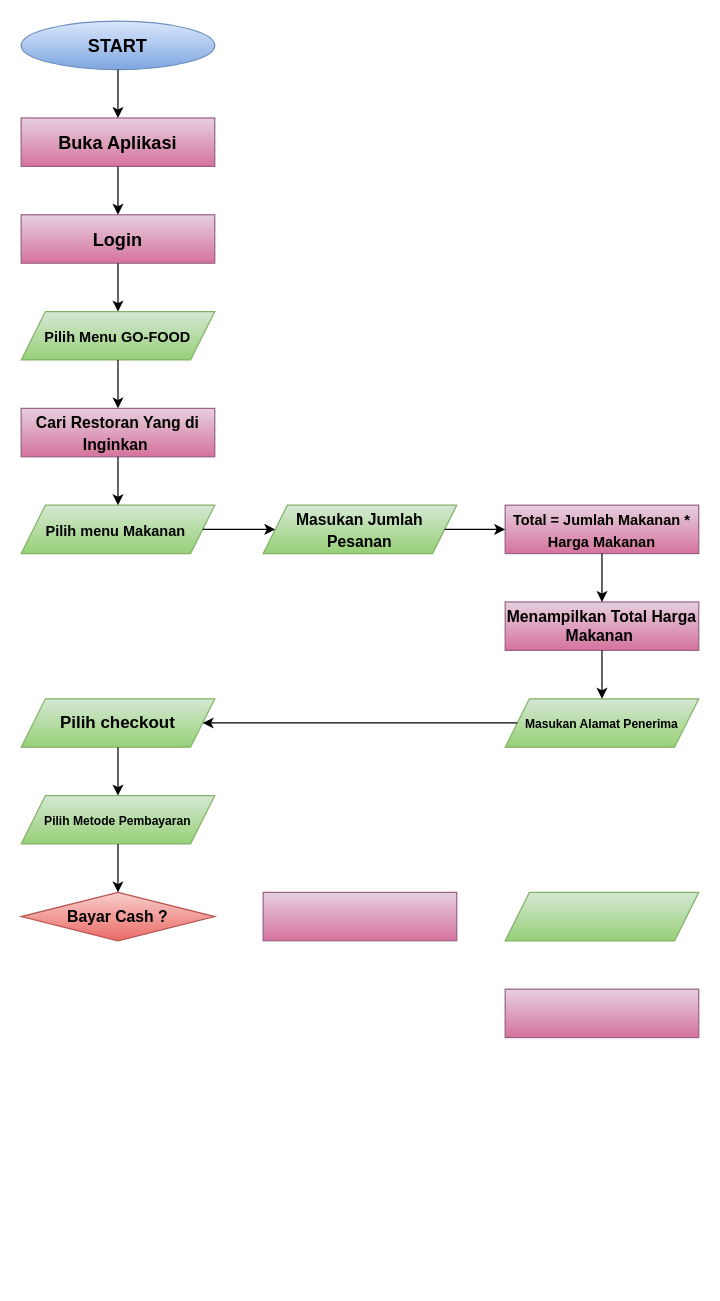
Above: flowchart.drawio in AinunNafisah-FE2787774/ainun_nafisah-go_food_Online (draw.io), before the change. Source tidied: cells renumbered, new cells numbered last; positions are measured from the earlier drawing's top-left corner, leaving out a move shared by most shapes. Both pictures are drawn from the tidied source at 121%, with x=0, y=0 at pixel (21, 21).
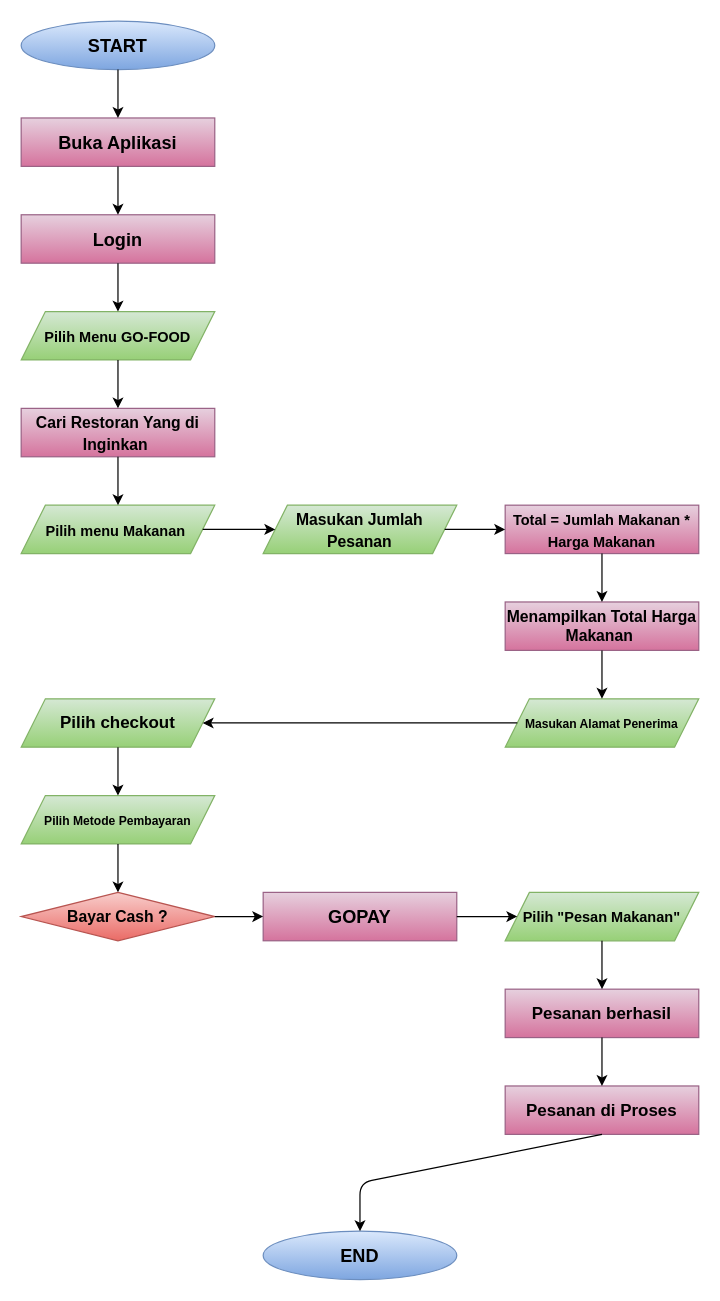
Above is the later version.

Commit message:
Add If Payment Is Not Cash

The change refers to these unchanged cells:
```xml
<mxCell id="22" value="&lt;b&gt;Bayar Cash ?&lt;/b&gt;" style="rhombus;whiteSpace=wrap;html=1;fontSize=13;fillColor=#f8cecc;gradientColor=#ea6b66;strokeColor=#b85450;" parent="1" vertex="1">
  <mxGeometry y="720" width="160" height="40" as="geometry" />
</mxCell>
```

What changed in the source:
```diff
@@
-    <mxCell id="27" style="rounded=0;whiteSpace=wrap;html=1;fontSize=14;fillColor=#e6d0de;gradientColor=#d5739d;strokeColor=#996185;" parent="1" vertex="1">
+    <mxCell id="27" value="&lt;b&gt;&lt;font style=&quot;font-size: 15px&quot;&gt;GOPAY&lt;/font&gt;&lt;/b&gt;" style="rounded=0;whiteSpace=wrap;html=1;fontSize=14;fillColor=#e6d0de;gradientColor=#d5739d;strokeColor=#996185;" parent="1" vertex="1">
       <mxGeometry x="200" y="720" width="160" height="40" as="geometry" />
     </mxCell>
-    <mxCell id="28" style="shape=parallelogram;perimeter=parallelogramPerimeter;whiteSpace=wrap;html=1;fixedSize=1;fontSize=14;fillColor=#d5e8d4;gradientColor=#97d077;strokeColor=#82b366;" parent="1" vertex="1">
+    <mxCell id="28" value="&lt;font color=&quot;#000000&quot; size=&quot;1&quot;&gt;&lt;b style=&quot;font-size: 12px&quot;&gt;Pilih &quot;Pesan Makanan&quot;&lt;/b&gt;&lt;/font&gt;" style="shape=parallelogram;perimeter=parallelogramPerimeter;whiteSpace=wrap;html=1;fixedSize=1;fontSize=14;fillColor=#d5e8d4;gradientColor=#97d077;strokeColor=#82b366;" parent="1" vertex="1">
       <mxGeometry x="400" y="720" width="160" height="40" as="geometry" />
     </mxCell>
-    <mxCell id="29" style="rounded=0;whiteSpace=wrap;html=1;fontSize=14;fillColor=#e6d0de;gradientColor=#d5739d;strokeColor=#996185;" parent="1" vertex="1">
+    <mxCell id="29" value="&lt;b&gt;Pesanan berhasil&lt;/b&gt;" style="rounded=0;whiteSpace=wrap;html=1;fontSize=14;fillColor=#e6d0de;gradientColor=#d5739d;strokeColor=#996185;" parent="1" vertex="1">
       <mxGeometry x="400" y="800" width="160" height="40" as="geometry" />
     </mxCell>
+    <mxCell id="30" style="endArrow=classic;html=1;fontSize=14;fontColor=#000000;exitX=1;exitY=0.5;exitDx=0;exitDy=0;entryX=0;entryY=0.5;entryDx=0;entryDy=0;" parent="1" edge="1" source="22" target="27">
+      <mxGeometry relative="1" as="geometry" />
+    </mxCell>
+    <mxCell id="31" style="endArrow=classic;html=1;fontSize=14;fontColor=#000000;exitX=0.5;exitY=1;exitDx=0;exitDy=0;" parent="1" edge="1" source="28" target="29">
+      <mxGeometry relative="1" as="geometry" />
+    </mxCell>
+    <mxCell id="32" style="endArrow=classic;html=1;fontSize=14;fontColor=#000000;entryX=0;entryY=0.5;entryDx=0;entryDy=0;exitX=1;exitY=0.5;exitDx=0;exitDy=0;" parent="1" edge="1" source="27" target="28">
+      <mxGeometry relative="1" as="geometry" />
+    </mxCell>
+    <mxCell id="33" value="&lt;b&gt;Pesanan di Proses&lt;/b&gt;" style="rounded=0;whiteSpace=wrap;html=1;fontSize=14;fillColor=#e6d0de;gradientColor=#d5739d;strokeColor=#996185;" parent="1" vertex="1">
+      <mxGeometry x="400" y="880" width="160" height="40" as="geometry" />
+    </mxCell>
+    <mxCell id="34" style="endArrow=classic;html=1;fontSize=12;fontColor=#000000;entryX=0.5;entryY=0;entryDx=0;entryDy=0;exitX=0.5;exitY=1;exitDx=0;exitDy=0;" parent="1" edge="1" source="29" target="33">
+      <mxGeometry relative="1" as="geometry" />
+    </mxCell>
+    <mxCell id="35" value="&lt;font color=&quot;#000000&quot; size=&quot;1&quot;&gt;&lt;b style=&quot;font-size: 15px&quot;&gt;END&lt;/b&gt;&lt;/font&gt;" style="ellipse;whiteSpace=wrap;html=1;fontSize=12;fillColor=#dae8fc;gradientColor=#7ea6e0;strokeColor=#6c8ebf;" parent="1" vertex="1">
+      <mxGeometry x="200" y="1000" width="160" height="40" as="geometry" />
+    </mxCell>
+    <mxCell id="36" style="endArrow=classic;html=1;fontSize=15;fontColor=#000000;exitX=0.5;exitY=1;exitDx=0;exitDy=0;entryX=0.5;entryY=0;entryDx=0;entryDy=0;" parent="1" edge="1" source="33" target="35">
+      <mxGeometry relative="1" as="geometry">
+        <Array as="points">
+          <mxPoint x="280" y="960" />
+        </Array>
+      </mxGeometry>
+    </mxCell>
```
